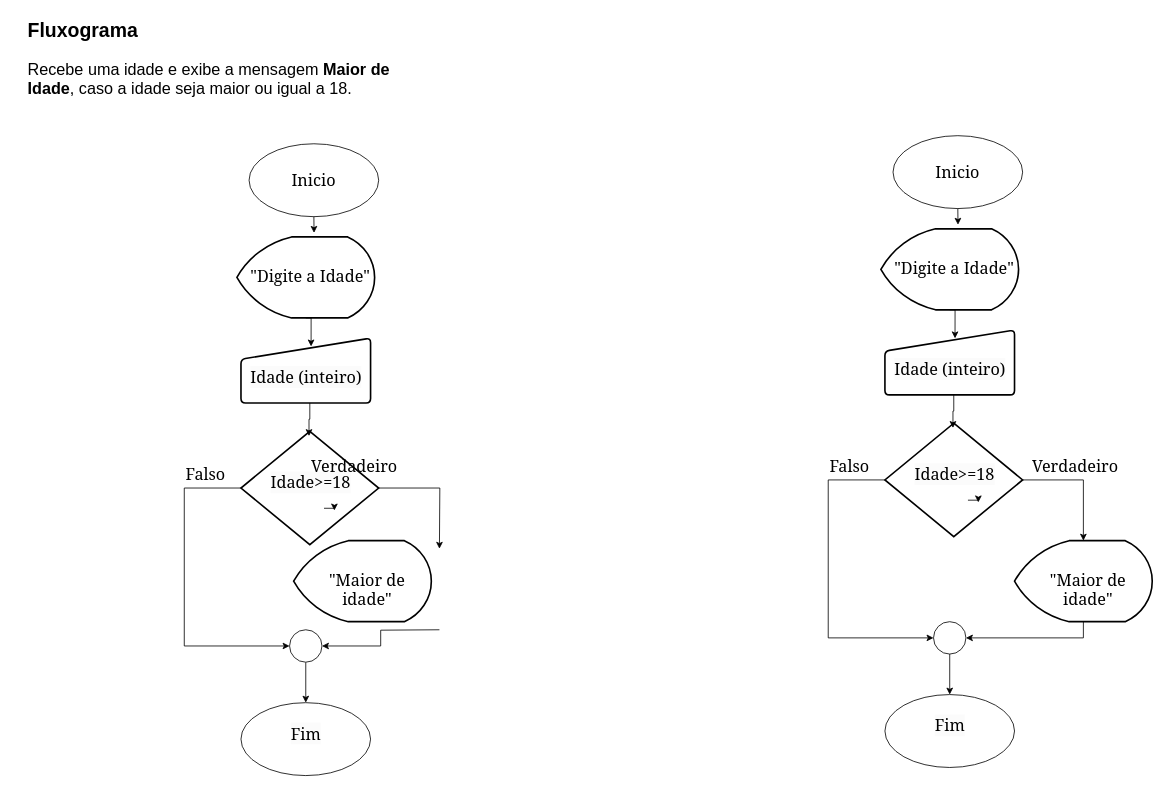
Buanasaur/Fluxogramas_FaculAtividades keeps this draw.io diagram as maiorOUigual.drawio. Above is the earlier version. Source tidied: cells renumbered, new cells numbered last; positions are measured from the earlier drawing's top-left corner, leaving out a move shared by most shapes. Both pictures are drawn from the tidied source at 81%, with x=0, y=0 at pixel (26, 14).
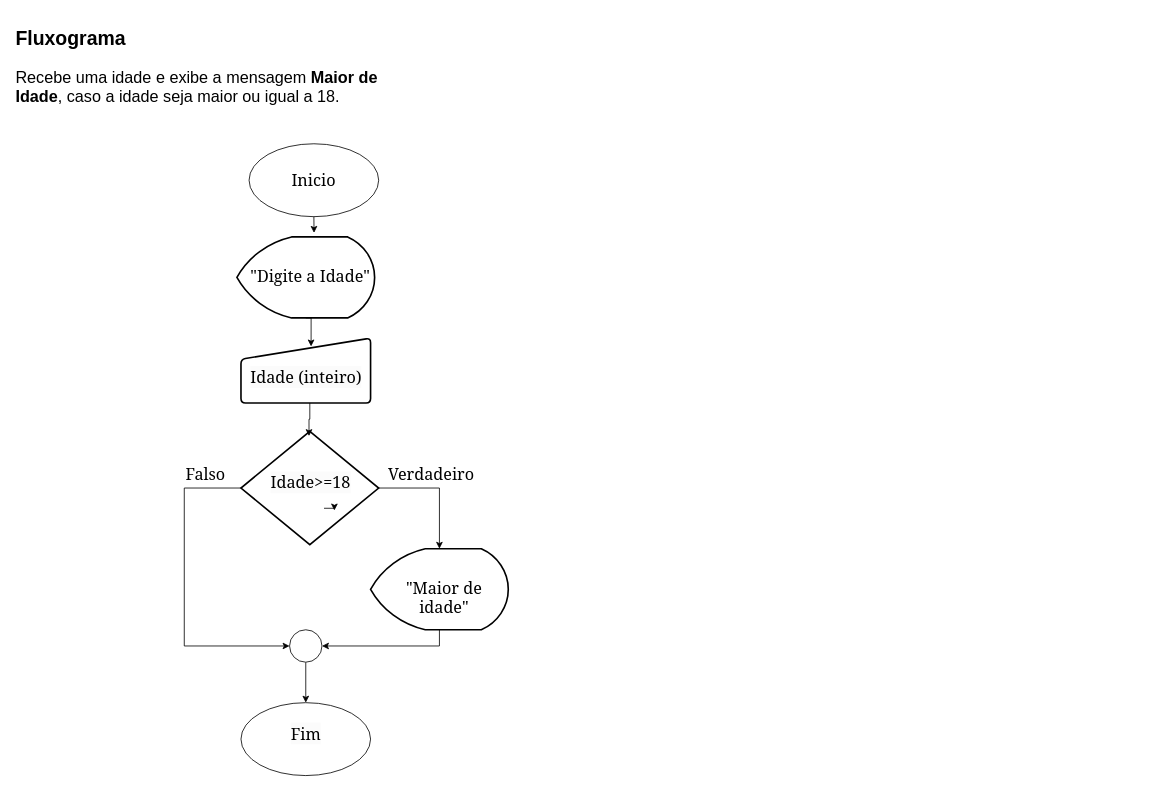
After the change.

Unchanged cells that the change refers to:
```xml
<mxCell id="11" style="strokeWidth=2;html=1;shape=mxgraph.flowchart.decision;whiteSpace=wrap;" parent="1" vertex="1">
  <mxGeometry x="265" y="515" width="170" height="140" as="geometry" />
</mxCell>
<mxCell id="14" style="verticalLabelPosition=bottom;verticalAlign=top;html=1;shape=mxgraph.flowchart.on-page_reference;" parent="1" vertex="1">
  <mxGeometry x="325" y="760" width="40" height="40" as="geometry" />
</mxCell>
```

Diff of the diagram source:
```diff
@@
     <mxCell id="2" value="&lt;h1 style=&quot;margin-top: 0px;&quot;&gt;Fluxograma&lt;/h1&gt;&lt;p style=&quot;font-size: 20px;&quot;&gt;&lt;font style=&quot;font-size: 20px;&quot;&gt;Recebe uma idade e exibe a mensagem &lt;b&gt;Maior de Idade&lt;/b&gt;, caso a idade seja maior ou igual a 18.&lt;/font&gt;&lt;/p&gt;" style="text;html=1;whiteSpace=wrap;overflow=hidden;rounded=0;" parent="1" vertex="1">
-      <mxGeometry width="460" height="180" as="geometry" />
+      <mxGeometry x="-15" y="10" width="460" height="180" as="geometry" />
     </mxCell>
@@
-    <mxCell id="10" style="edgeStyle=orthogonalEdgeStyle;rounded=0;jettySize=auto;html=1;exitX=1;exitY=0.5;exitDx=0;exitDy=0;exitPerimeter=0;" parent="1" edge="1" source="11">
-      <mxGeometry relative="1" as="geometry">
-        <mxPoint x="510" y="660" as="targetPoint" />
-      </mxGeometry>
+    <mxCell id="10" style="edgeStyle=orthogonalEdgeStyle;rounded=0;jettySize=auto;html=1;exitX=1;exitY=0.5;exitDx=0;exitDy=0;exitPerimeter=0;" parent="1" edge="1" source="11" target="16">
+      <mxGeometry relative="1" as="geometry" />
     </mxCell>
@@
     <mxCell id="16" style="strokeWidth=2;html=1;shape=mxgraph.flowchart.display;whiteSpace=wrap;" parent="1" vertex="1">
-      <mxGeometry x="330" y="650" width="170" height="100" as="geometry" />
+      <mxGeometry x="425" y="660" width="170" height="100" as="geometry" />
     </mxCell>
     <mxCell id="17" value="&lt;div style=&quot;text-align: center;&quot;&gt;&lt;span style=&quot;background-color: initial; font-size: 20px;&quot;&gt;&lt;font face=&quot;Georgia&quot;&gt;&quot;Maior de idade&lt;/font&gt;&lt;/span&gt;&lt;span style=&quot;font-family: Georgia; background-color: initial; font-size: 20px;&quot;&gt;&quot;&lt;/span&gt;&lt;/div&gt;" style="text;whiteSpace=wrap;html=1;" parent="1" vertex="1">
-      <mxGeometry x="340" y="680" width="160" height="40" as="geometry" />
+      <mxGeometry x="435" y="690" width="160" height="40" as="geometry" />
     </mxCell>
@@
-    <mxCell id="21" style="edgeStyle=orthogonalEdgeStyle;rounded=0;jettySize=auto;html=1;exitX=0.5;exitY=1;exitDx=0;exitDy=0;exitPerimeter=0;entryX=1;entryY=0.5;entryDx=0;entryDy=0;entryPerimeter=0;" parent="1" edge="1" target="14">
-      <mxGeometry relative="1" as="geometry">
-        <mxPoint x="510" y="760" as="sourcePoint" />
-      </mxGeometry>
+    <mxCell id="21" style="edgeStyle=orthogonalEdgeStyle;rounded=0;jettySize=auto;html=1;exitX=0.5;exitY=1;exitDx=0;exitDy=0;exitPerimeter=0;entryX=1;entryY=0.5;entryDx=0;entryDy=0;entryPerimeter=0;" parent="1" edge="1" source="16" target="14">
+      <mxGeometry relative="1" as="geometry" />
     </mxCell>
@@
     <mxCell id="23" value="&lt;div style=&quot;text-align: center;&quot;&gt;&lt;font face=&quot;Georgia&quot;&gt;&lt;span style=&quot;font-size: 20px;&quot;&gt;Verdadeiro&lt;/span&gt;&lt;/font&gt;&lt;/div&gt;" style="text;whiteSpace=wrap;html=1;" parent="1" vertex="1">
-      <mxGeometry x="350" y="540" width="160" height="40" as="geometry" />
+      <mxGeometry x="445" y="550" width="160" height="40" as="geometry" />
     </mxCell>
@@
-    <mxCell id="25" value="&lt;span style=&quot;font-family: Georgia; font-size: 20px;&quot;&gt;Inicio&lt;/span&gt;" style="ellipse;whiteSpace=wrap;html=1;" parent="1" vertex="1">
-      <mxGeometry x="1070" y="150" width="160" height="90" as="geometry" />
-    </mxCell>
-    <mxCell id="26" style="ellipse;whiteSpace=wrap;html=1;" parent="1" vertex="1">
-      <mxGeometry x="1060" y="840" width="160" height="90" as="geometry" />
-    </mxCell>
-    <mxCell id="27" value="&lt;span style=&quot;color: rgb(0, 0, 0); font-family: Georgia; font-size: 20px; font-style: normal; font-variant-ligatures: normal; font-variant-caps: normal; font-weight: 400; letter-spacing: normal; orphans: 2; text-align: center; text-indent: 0px; text-transform: none; widows: 2; word-spacing: 0px; -webkit-text-stroke-width: 0px; white-space: normal; background-color: rgb(251, 251, 251); text-decoration-thickness: initial; text-decoration-style: initial; text-decoration-color: initial; display: inline !important; float: none;&quot;&gt;Fim&lt;/span&gt;&lt;div&gt;&lt;span style=&quot;color: rgb(0, 0, 0); font-family: Georgia; font-size: 20px; font-style: normal; font-variant-ligatures: normal; font-variant-caps: normal; font-weight: 400; letter-spacing: normal; orphans: 2; text-align: center; text-indent: 0px; text-transform: none; widows: 2; word-spacing: 0px; -webkit-text-stroke-width: 0px; white-space: normal; background-color: rgb(251, 251, 251); text-decoration-thickness: initial; text-decoration-style: initial; text-decoration-color: initial; display: inline !important; float: none;&quot;&gt;&lt;br&gt;&lt;/span&gt;&lt;/div&gt;" style="text;whiteSpace=wrap;html=1;" parent="1" vertex="1">
-      <mxGeometry x="1120" y="860" width="80" height="50" as="geometry" />
-    </mxCell>
-    <mxCell id="28" style="strokeWidth=2;html=1;shape=mxgraph.flowchart.display;whiteSpace=wrap;" parent="1" vertex="1">
-      <mxGeometry x="1055" y="265" width="170" height="100" as="geometry" />
-    </mxCell>
-    <mxCell id="29" value="&lt;div style=&quot;text-align: center;&quot;&gt;&lt;span style=&quot;background-color: initial; font-size: 20px;&quot;&gt;&lt;font face=&quot;Georgia&quot;&gt;&quot;Digite a&lt;/font&gt;&lt;/span&gt;&lt;span style=&quot;font-family: Georgia; background-color: initial; font-size: 20px;&quot;&gt;&amp;nbsp;Idade&quot;&lt;/span&gt;&lt;/div&gt;" style="text;whiteSpace=wrap;html=1;" parent="1" vertex="1">
-      <mxGeometry x="1070" y="295" width="160" height="40" as="geometry" />
-    </mxCell>
-    <mxCell id="30" style="html=1;strokeWidth=2;shape=manualInput;whiteSpace=wrap;rounded=1;size=26;arcSize=11;" parent="1" vertex="1">
-      <mxGeometry x="1060" y="390" width="160" height="80" as="geometry" />
-    </mxCell>
-    <mxCell id="31" value="&lt;span style=&quot;color: rgb(0, 0, 0); font-family: Georgia; font-size: 20px; font-style: normal; font-variant-ligatures: normal; font-variant-caps: normal; font-weight: 400; letter-spacing: normal; orphans: 2; text-align: center; text-indent: 0px; text-transform: none; widows: 2; word-spacing: 0px; -webkit-text-stroke-width: 0px; white-space: normal; background-color: rgb(251, 251, 251); text-decoration-thickness: initial; text-decoration-style: initial; text-decoration-color: initial; display: inline !important; float: none;&quot;&gt;Idade (inteiro)&lt;/span&gt;" style="text;whiteSpace=wrap;html=1;" parent="1" vertex="1">
-      <mxGeometry x="1070" y="420" width="150" height="50" as="geometry" />
-    </mxCell>
-    <mxCell id="32" style="edgeStyle=orthogonalEdgeStyle;rounded=0;jettySize=auto;html=1;exitX=1;exitY=0.5;exitDx=0;exitDy=0;exitPerimeter=0;" parent="1" edge="1" source="33" target="38">
-      <mxGeometry relative="1" as="geometry" />
-    </mxCell>
-    <mxCell id="33" style="strokeWidth=2;html=1;shape=mxgraph.flowchart.decision;whiteSpace=wrap;" parent="1" vertex="1">
-      <mxGeometry x="1060" y="505" width="170" height="140" as="geometry" />
-    </mxCell>
-    <mxCell id="34" value="&lt;span style=&quot;color: rgb(0, 0, 0); font-family: Georgia; font-size: 20px; font-style: normal; font-variant-ligatures: normal; font-variant-caps: normal; font-weight: 400; letter-spacing: normal; orphans: 2; text-align: center; text-indent: 0px; text-transform: none; widows: 2; word-spacing: 0px; -webkit-text-stroke-width: 0px; white-space: normal; background-color: rgb(251, 251, 251); text-decoration-thickness: initial; text-decoration-style: initial; text-decoration-color: initial; display: inline !important; float: none;&quot;&gt;Idade&amp;gt;=18&lt;/span&gt;" style="text;whiteSpace=wrap;html=1;" parent="1" vertex="1">
-      <mxGeometry x="1095" y="550" width="90" height="50" as="geometry" />
-    </mxCell>
-    <mxCell id="35" style="edgeStyle=orthogonalEdgeStyle;rounded=0;jettySize=auto;html=1;exitX=0.5;exitY=1;exitDx=0;exitDy=0;exitPerimeter=0;entryX=0.5;entryY=0;entryDx=0;entryDy=0;" parent="1" edge="1" source="36" target="26">
-      <mxGeometry relative="1" as="geometry" />
-    </mxCell>
-    <mxCell id="36" style="verticalLabelPosition=bottom;verticalAlign=top;html=1;shape=mxgraph.flowchart.on-page_reference;" parent="1" vertex="1">
-      <mxGeometry x="1120" y="750" width="40" height="40" as="geometry" />
-    </mxCell>
-    <mxCell id="37" style="edgeStyle=orthogonalEdgeStyle;rounded=0;orthogonalLoop=1;jettySize=auto;html=1;exitX=0.75;exitY=1;exitDx=0;exitDy=0;entryX=0.892;entryY=1.055;entryDx=0;entryDy=0;entryPerimeter=0;" parent="1" edge="1" source="34" target="34">
-      <mxGeometry relative="1" as="geometry" />
-    </mxCell>
-    <mxCell id="38" style="strokeWidth=2;html=1;shape=mxgraph.flowchart.display;whiteSpace=wrap;" parent="1" vertex="1">
-      <mxGeometry x="1220" y="650" width="170" height="100" as="geometry" />
-    </mxCell>
-    <mxCell id="39" value="&lt;div style=&quot;text-align: center;&quot;&gt;&lt;span style=&quot;background-color: initial; font-size: 20px;&quot;&gt;&lt;font face=&quot;Georgia&quot;&gt;&quot;Maior de idade&lt;/font&gt;&lt;/span&gt;&lt;span style=&quot;font-family: Georgia; background-color: initial; font-size: 20px;&quot;&gt;&quot;&lt;/span&gt;&lt;/div&gt;" style="text;whiteSpace=wrap;html=1;" parent="1" vertex="1">
-      <mxGeometry x="1230" y="680" width="160" height="40" as="geometry" />
-    </mxCell>
-    <mxCell id="40" style="edgeStyle=orthogonalEdgeStyle;rounded=0;jettySize=auto;html=1;exitX=0.5;exitY=1;exitDx=0;exitDy=0;entryX=0.56;entryY=-0.05;entryDx=0;entryDy=0;entryPerimeter=0;" parent="1" edge="1" source="25" target="28">
-      <mxGeometry relative="1" as="geometry" />
-    </mxCell>
-    <mxCell id="41" style="edgeStyle=orthogonalEdgeStyle;rounded=0;jettySize=auto;html=1;exitX=0.5;exitY=1;exitDx=0;exitDy=0;exitPerimeter=0;entryX=0.541;entryY=0.128;entryDx=0;entryDy=0;entryPerimeter=0;" parent="1" edge="1" source="28" target="30">
-      <mxGeometry relative="1" as="geometry" />
-    </mxCell>
-    <mxCell id="42" style="edgeStyle=orthogonalEdgeStyle;rounded=0;jettySize=auto;html=1;exitX=0.5;exitY=1;exitDx=0;exitDy=0;entryX=0.494;entryY=0.042;entryDx=0;entryDy=0;entryPerimeter=0;" parent="1" edge="1" source="31" target="33">
-      <mxGeometry relative="1" as="geometry" />
-    </mxCell>
-    <mxCell id="43" style="edgeStyle=orthogonalEdgeStyle;rounded=0;jettySize=auto;html=1;exitX=0.5;exitY=1;exitDx=0;exitDy=0;exitPerimeter=0;entryX=1;entryY=0.5;entryDx=0;entryDy=0;entryPerimeter=0;" parent="1" edge="1" source="38" target="36">
-      <mxGeometry relative="1" as="geometry" />
-    </mxCell>
-    <mxCell id="44" style="edgeStyle=orthogonalEdgeStyle;rounded=0;jettySize=auto;html=1;exitX=0;exitY=0.5;exitDx=0;exitDy=0;exitPerimeter=0;entryX=0;entryY=0.5;entryDx=0;entryDy=0;entryPerimeter=0;" parent="1" edge="1" source="33" target="36">
-      <mxGeometry relative="1" as="geometry">
-        <Array as="points">
-          <mxPoint x="990" y="575" />
-          <mxPoint x="990" y="770" />
-        </Array>
-      </mxGeometry>
-    </mxCell>
-    <mxCell id="45" value="&lt;div style=&quot;text-align: center;&quot;&gt;&lt;font face=&quot;Georgia&quot;&gt;&lt;span style=&quot;font-size: 20px;&quot;&gt;Verdadeiro&lt;/span&gt;&lt;/font&gt;&lt;/div&gt;" style="text;whiteSpace=wrap;html=1;" parent="1" vertex="1">
-      <mxGeometry x="1240" y="540" width="160" height="40" as="geometry" />
-    </mxCell>
-    <mxCell id="46" value="&lt;div style=&quot;text-align: center;&quot;&gt;&lt;font face=&quot;Georgia&quot;&gt;&lt;span style=&quot;font-size: 20px;&quot;&gt;Falso&lt;/span&gt;&lt;/font&gt;&lt;/div&gt;" style="text;whiteSpace=wrap;html=1;" parent="1" vertex="1">
-      <mxGeometry x="990" y="540" width="160" height="40" as="geometry" />
-    </mxCell>
```
